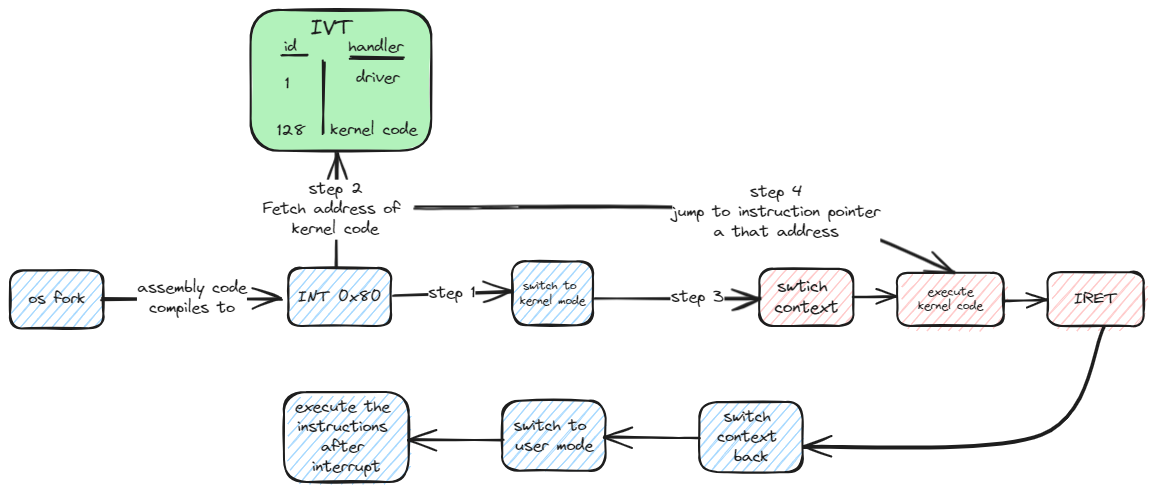
swaroopar/inprogress-engineer keeps this Excalidraw diagram as static/img/software-interrupt-handler.excalidraw.png. Above is the earlier version. Source tidied: one line per element, renumbered; positions are measured from the earlier drawing's top-left corner, leaving out a move shared by most shapes.
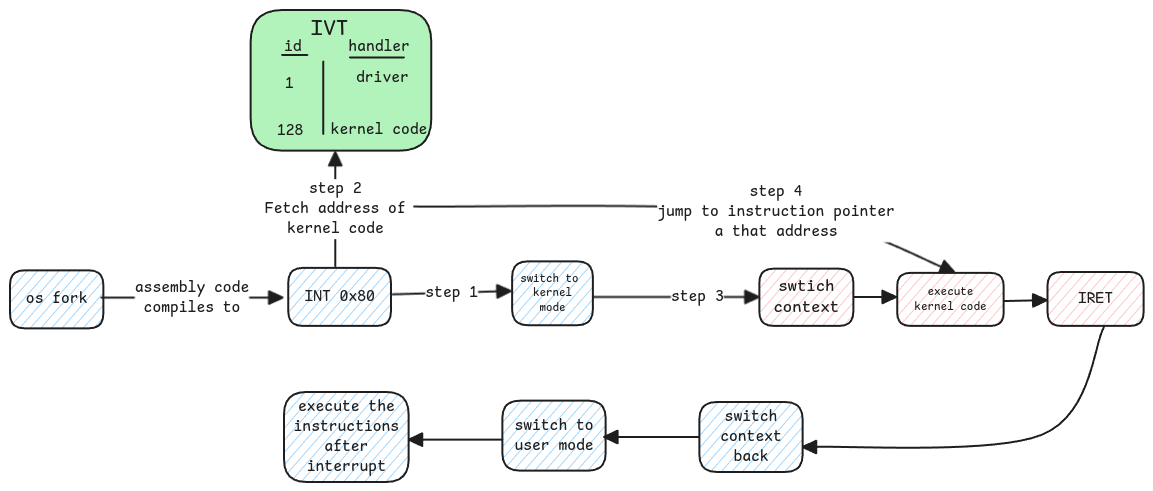
After the commit.

Change to the diagram source:
```diff
@@ -1,44 +1,44 @@
-{"id": 0, "type": "rectangle", "strokeColor": "#1e1e1e", "backgroundColor": "#b2f2bb", "fillStyle": "solid", "strokeWidth": 2, "roughness": 1, "round": true, "x": 241, "y": 0, "width": 181, "height": 141}
+{"id": 0, "type": "rectangle", "strokeColor": "#1e1e1e", "backgroundColor": "#b2f2bb", "fillStyle": "solid", "strokeWidth": 2, "roughness": 0, "round": true, "x": 241, "y": 0, "width": 181, "height": 141}
-{"id": 1, "type": "text", "text": "IVT\n", "strokeColor": "#1e1e1e", "strokeWidth": 2, "roughness": 1, "fontSize": 22.86, "fontFamily": 1, "x": 301, "y": 5, "width": 43, "height": 57}
+{"id": 1, "type": "text", "text": "IVT\n", "strokeColor": "#1e1e1e", "strokeWidth": 2, "roughness": 0, "fontSize": 22.86, "fontFamily": 8, "x": 301, "y": 5, "width": 38, "height": 57}
-{"id": 2, "type": "line", "strokeColor": "#1e1e1e", "strokeWidth": 2, "roughness": 1, "round": true, "x": 313, "y": 51, "width": 0, "height": 73, "points": [[0, 0], [0, 73]]}
+{"id": 2, "type": "line", "strokeColor": "#1e1e1e", "strokeWidth": 2, "roughness": 0, "endArrowhead": "triangle", "round": true, "x": 313, "y": 51, "width": 0, "height": 73, "points": [[0, 0], [0, 73]]}
-{"id": 3, "type": "text", "text": "id", "strokeColor": "#1e1e1e", "strokeWidth": 2, "roughness": 1, "fontSize": 16, "fontFamily": 1, "x": 274, "y": 27, "width": 13, "height": 20}
+{"id": 3, "type": "text", "text": "id", "strokeColor": "#1e1e1e", "strokeWidth": 2, "roughness": 0, "fontSize": 16, "fontFamily": 8, "x": 274, "y": 27, "width": 18, "height": 20}
-{"id": 4, "type": "text", "text": "handler", "strokeColor": "#1e1e1e", "strokeWidth": 2, "roughness": 1, "fontSize": 16, "fontFamily": 1, "x": 338, "y": 27, "width": 55, "height": 20}
+{"id": 4, "type": "text", "text": "handler", "strokeColor": "#1e1e1e", "strokeWidth": 2, "roughness": 0, "fontSize": 16, "fontFamily": 8, "x": 338, "y": 27, "width": 62, "height": 20}
-{"id": 5, "type": "text", "text": "128", "strokeColor": "#1e1e1e", "strokeWidth": 2, "roughness": 1, "fontSize": 16, "fontFamily": 1, "x": 267, "y": 111, "width": 28, "height": 20}
+{"id": 5, "type": "text", "text": "128", "strokeColor": "#1e1e1e", "strokeWidth": 2, "roughness": 0, "fontSize": 16, "fontFamily": 8, "x": 267, "y": 111, "width": 26, "height": 20}
-{"id": 6, "type": "text", "text": "kernel code", "strokeColor": "#1e1e1e", "strokeWidth": 2, "roughness": 1, "fontSize": 16, "fontFamily": 1, "x": 321, "y": 110, "width": 87, "height": 20}
+{"id": 6, "type": "text", "text": "kernel code", "strokeColor": "#1e1e1e", "strokeWidth": 2, "roughness": 0, "fontSize": 16, "fontFamily": 8, "x": 321, "y": 110, "width": 97, "height": 20}
-{"id": 7, "type": "rectangle", "strokeColor": "#1e1e1e", "backgroundColor": "#a5d8ff", "fillStyle": "hachure", "strokeWidth": 2, "roughness": 1, "round": true, "x": 0, "y": 260, "width": 93, "height": 58}
+{"id": 7, "type": "rectangle", "strokeColor": "#1e1e1e", "backgroundColor": "#a5d8ff", "fillStyle": "hachure", "strokeWidth": 2, "roughness": 0, "round": true, "x": 0, "y": 260, "width": 93, "height": 58}
-{"id": 8, "type": "text", "text": "os fork", "strokeColor": "#1e1e1e", "strokeWidth": 2, "roughness": 1, "fontSize": 16, "fontFamily": 1, "textAlign": "center", "verticalAlign": "middle", "inside": 7, "x": 18, "y": 279, "width": 57, "height": 20}
+{"id": 8, "type": "text", "text": "os fork", "strokeColor": "#1e1e1e", "strokeWidth": 2, "roughness": 1, "fontSize": 16, "fontFamily": 8, "textAlign": "center", "verticalAlign": "middle", "inside": 7, "x": 16, "y": 279, "width": 62, "height": 20}
-{"id": 9, "type": "arrow", "strokeColor": "#1e1e1e", "strokeWidth": 2, "roughness": 1, "endArrowhead": "arrow", "round": true, "to": 11, "x": 91, "y": 288, "width": 181, "height": 0, "points": [[0, 0], [181, 0]]}
+{"id": 9, "type": "arrow", "strokeColor": "#1e1e1e", "strokeWidth": 2, "roughness": 0, "endArrowhead": "triangle", "round": true, "to": 11, "x": 91, "y": 288, "width": 181, "height": 0, "points": [[0, 0], [181, 0]]}
-{"id": 10, "type": "text", "text": "assembly code\ncompiles to", "strokeColor": "#1e1e1e", "strokeWidth": 2, "roughness": 1, "fontSize": 16, "fontFamily": 1, "textAlign": "center", "verticalAlign": "middle", "inside": 9, "x": 127, "y": 268, "width": 110, "height": 40}
+{"id": 10, "type": "text", "text": "assembly code\ncompiles to", "strokeColor": "#1e1e1e", "strokeWidth": 2, "roughness": 1, "fontSize": 16, "fontFamily": 8, "textAlign": "center", "verticalAlign": "middle", "inside": 9, "x": 125, "y": 268, "width": 114, "height": 40}
-{"id": 11, "type": "rectangle", "strokeColor": "#1e1e1e", "backgroundColor": "#a5d8ff", "fillStyle": "hachure", "strokeWidth": 2, "roughness": 1, "round": true, "x": 278, "y": 258, "width": 103, "height": 58}
+{"id": 11, "type": "rectangle", "strokeColor": "#1e1e1e", "backgroundColor": "#a5d8ff", "fillStyle": "hachure", "strokeWidth": 2, "roughness": 0, "round": true, "x": 278, "y": 258, "width": 103, "height": 58}
-{"id": 12, "type": "text", "text": "INT 0x80", "strokeColor": "#1e1e1e", "strokeWidth": 2, "roughness": 1, "fontSize": 16, "fontFamily": 1, "textAlign": "center", "verticalAlign": "middle", "inside": 11, "x": 288, "y": 277, "width": 83, "height": 20}
+{"id": 12, "type": "text", "text": "INT 0x80", "strokeColor": "#1e1e1e", "strokeWidth": 2, "roughness": 1, "fontSize": 16, "fontFamily": 8, "textAlign": "center", "verticalAlign": "middle", "inside": 11, "x": 294, "y": 277, "width": 70, "height": 20}
-{"id": 13, "type": "arrow", "strokeColor": "#1e1e1e", "strokeWidth": 2, "roughness": 1, "endArrowhead": "arrow", "round": true, "to": 0, "x": 325, "y": 256, "width": 0, "height": 114, "points": [[0, 0], [0, -114]]}
+{"id": 13, "type": "arrow", "strokeColor": "#1e1e1e", "strokeWidth": 2, "roughness": 0, "endArrowhead": "triangle", "round": true, "to": 0, "x": 325, "y": 256, "width": 0, "height": 114, "points": [[0, 0], [0, -114]]}
-{"id": 14, "type": "text", "text": "step 2\nFetch address of \nkernel code", "strokeColor": "#1e1e1e", "strokeWidth": 2, "roughness": 1, "fontSize": 16, "fontFamily": 1, "textAlign": "center", "verticalAlign": "middle", "inside": 13, "x": 253, "y": 169, "width": 145, "height": 60}
+{"id": 14, "type": "text", "text": "step 2\nFetch address of\nkernel code", "strokeColor": "#1e1e1e", "strokeWidth": 2, "roughness": 1, "fontSize": 16, "fontFamily": 8, "textAlign": "center", "verticalAlign": "middle", "inside": 13, "x": 255, "y": 169, "width": 141, "height": 60}
-{"id": 15, "type": "rectangle", "strokeColor": "#1e1e1e", "backgroundColor": "#ffc9c9", "fillStyle": "hachure", "strokeWidth": 2, "roughness": 1, "round": true, "x": 887, "y": 263, "width": 106, "height": 53}
+{"id": 15, "type": "rectangle", "strokeColor": "#1e1e1e", "backgroundColor": "#ffc9c9", "fillStyle": "hachure", "strokeWidth": 2, "roughness": 0, "round": true, "x": 887, "y": 263, "width": 106, "height": 53}
-{"id": 16, "type": "text", "text": "execute\nkernel code", "strokeColor": "#1e1e1e", "strokeWidth": 2, "roughness": 1, "fontSize": 11.95, "fontFamily": 1, "textAlign": "center", "verticalAlign": "middle", "inside": 15, "x": 908, "y": 274, "width": 65, "height": 30}
+{"id": 16, "type": "text", "text": "execute\nkernel code", "strokeColor": "#1e1e1e", "strokeWidth": 2, "roughness": 1, "fontSize": 11.95, "fontFamily": 8, "textAlign": "center", "verticalAlign": "middle", "inside": 15, "x": 904, "y": 274, "width": 72, "height": 30}
-{"id": 17, "type": "arrow", "strokeColor": "#1e1e1e", "strokeWidth": 2, "roughness": 1, "endArrowhead": "arrow", "round": true, "to": 15, "x": 404, "y": 196, "width": 540, "height": 65, "points": [[0, 0], [362, 6], [540, 65]]}
+{"id": 17, "type": "arrow", "strokeColor": "#1e1e1e", "strokeWidth": 2, "roughness": 0, "endArrowhead": "triangle", "round": true, "to": 15, "x": 404, "y": 196, "width": 540, "height": 65, "points": [[0, 0], [362, 6], [540, 65]]}
-{"id": 18, "type": "text", "text": "step 4\njump to instruction pointer\na that address", "strokeColor": "#1e1e1e", "strokeWidth": 2, "roughness": 1, "fontSize": 16, "fontFamily": 1, "textAlign": "center", "verticalAlign": "middle", "inside": 17, "x": 458, "y": 156, "width": 208, "height": 60}
+{"id": 18, "type": "text", "text": "step 4\njump to instruction pointer\na that address", "strokeColor": "#1e1e1e", "strokeWidth": 2, "roughness": 1, "fontSize": 16, "fontFamily": 8, "textAlign": "center", "verticalAlign": "middle", "inside": 17, "x": 647, "y": 172, "width": 238, "height": 60}
-{"id": 19, "type": "text", "text": "1", "strokeColor": "#1e1e1e", "strokeWidth": 2, "roughness": 1, "fontSize": 16, "fontFamily": 1, "x": 275, "y": 64, "width": 4, "height": 20}
+{"id": 19, "type": "text", "text": "1", "strokeColor": "#1e1e1e", "strokeWidth": 2, "roughness": 0, "fontSize": 16, "fontFamily": 8, "x": 275, "y": 64, "width": 9, "height": 20}
-{"id": 20, "type": "text", "text": "driver", "strokeColor": "#1e1e1e", "strokeWidth": 2, "roughness": 1, "fontSize": 16, "fontFamily": 1, "x": 346, "y": 58, "width": 43, "height": 20}
+{"id": 20, "type": "text", "text": "driver", "strokeColor": "#1e1e1e", "strokeWidth": 2, "roughness": 0, "fontSize": 16, "fontFamily": 8, "x": 346, "y": 58, "width": 53, "height": 20}
-{"id": 21, "type": "line", "strokeColor": "#1e1e1e", "strokeWidth": 2, "roughness": 1, "round": true, "x": 272, "y": 45, "width": 25, "height": 0, "points": [[0, 0], [25, 0]]}
+{"id": 21, "type": "line", "strokeColor": "#1e1e1e", "strokeWidth": 2, "roughness": 0, "endArrowhead": "triangle", "round": true, "x": 272, "y": 45, "width": 25, "height": 0, "points": [[0, 0], [25, 0]]}
-{"id": 22, "type": "line", "strokeColor": "#1e1e1e", "strokeWidth": 2, "roughness": 1, "round": true, "x": 340, "y": 47, "width": 54, "height": 0, "points": [[0, 0], [54, 0]]}
+{"id": 22, "type": "line", "strokeColor": "#1e1e1e", "strokeWidth": 2, "roughness": 0, "endArrowhead": "triangle", "round": true, "x": 340, "y": 47, "width": 54, "height": 0, "points": [[0, 0], [54, 0]]}
-{"id": 23, "type": "rectangle", "strokeColor": "#1e1e1e", "backgroundColor": "#a5d8ff", "fillStyle": "hachure", "strokeWidth": 2, "roughness": 1, "round": true, "x": 502, "y": 251, "width": 81, "height": 64}
+{"id": 23, "type": "rectangle", "strokeColor": "#1e1e1e", "backgroundColor": "#a5d8ff", "fillStyle": "hachure", "strokeWidth": 2, "roughness": 0, "round": true, "x": 502, "y": 251, "width": 81, "height": 64}
-{"id": 24, "type": "text", "text": "switch to \nkernel mode", "strokeColor": "#1e1e1e", "strokeWidth": 2, "roughness": 1, "fontSize": 11.77, "fontFamily": 1, "textAlign": "center", "verticalAlign": "middle", "inside": 23, "x": 510, "y": 269, "width": 65, "height": 29}
+{"id": 24, "type": "text", "text": "switch to \nkernel\nmode", "strokeColor": "#1e1e1e", "strokeWidth": 2, "roughness": 1, "fontSize": 11.77, "fontFamily": 8, "textAlign": "center", "verticalAlign": "middle", "inside": 23, "x": 510, "y": 261, "width": 65, "height": 44}
-{"id": 25, "type": "arrow", "strokeColor": "#1e1e1e", "strokeWidth": 2, "roughness": 1, "endArrowhead": "arrow", "round": true, "from": 11, "to": 23, "x": 383, "y": 284, "width": 118, "height": 3, "points": [[0, 0], [118, -3]]}
+{"id": 25, "type": "arrow", "strokeColor": "#1e1e1e", "strokeWidth": 2, "roughness": 0, "endArrowhead": "triangle", "round": true, "from": 11, "to": 23, "x": 383, "y": 284, "width": 118, "height": 3, "points": [[0, 0], [118, -3]]}
-{"id": 26, "type": "text", "text": "step 1", "strokeColor": "#1e1e1e", "strokeWidth": 2, "roughness": 1, "fontSize": 16, "fontFamily": 1, "textAlign": "center", "verticalAlign": "middle", "inside": 25, "x": 412, "y": 276, "width": 47, "height": 20}
+{"id": 26, "type": "text", "text": "step 1", "strokeColor": "#1e1e1e", "strokeWidth": 2, "roughness": 1, "fontSize": 16, "fontFamily": 8, "textAlign": "center", "verticalAlign": "middle", "inside": 25, "x": 415, "y": 273, "width": 53, "height": 20}
-{"id": 27, "type": "arrow", "strokeColor": "#1e1e1e", "strokeWidth": 2, "roughness": 1, "endArrowhead": "arrow", "round": true, "from": 15, "to": 28, "x": 995, "y": 291, "width": 42, "height": 1, "points": [[0, 0], [42, -1]]}
+{"id": 27, "type": "arrow", "strokeColor": "#1e1e1e", "strokeWidth": 2, "roughness": 0, "endArrowhead": "triangle", "round": true, "from": 15, "to": 28, "x": 995, "y": 291, "width": 42, "height": 1, "points": [[0, 0], [42, -1]]}
-{"id": 28, "type": "rectangle", "strokeColor": "#1e1e1e", "backgroundColor": "#ffc9c9", "fillStyle": "hachure", "strokeWidth": 2, "roughness": 1, "round": true, "x": 1038, "y": 262, "width": 96, "height": 54}
+{"id": 28, "type": "rectangle", "strokeColor": "#1e1e1e", "backgroundColor": "#ffc9c9", "fillStyle": "hachure", "strokeWidth": 2, "roughness": 0, "round": true, "x": 1038, "y": 262, "width": 96, "height": 54}
-{"id": 29, "type": "text", "text": "IRET", "strokeColor": "#1e1e1e", "strokeWidth": 2, "roughness": 1, "fontSize": 16, "fontFamily": 1, "textAlign": "center", "verticalAlign": "middle", "inside": 28, "x": 1064, "y": 279, "width": 43, "height": 20}
+{"id": 29, "type": "text", "text": "IRET", "strokeColor": "#1e1e1e", "strokeWidth": 2, "roughness": 1, "fontSize": 16, "fontFamily": 8, "textAlign": "center", "verticalAlign": "middle", "inside": 28, "x": 1068, "y": 279, "width": 35, "height": 20}
-{"id": 30, "type": "rectangle", "strokeColor": "#1e1e1e", "backgroundColor": "#ffc9c9", "fillStyle": "hachure", "strokeWidth": 2, "roughness": 1, "round": true, "x": 749, "y": 259, "width": 94, "height": 57}
+{"id": 30, "type": "rectangle", "strokeColor": "#1e1e1e", "backgroundColor": "#ffc9c9", "fillStyle": "hachure", "strokeWidth": 2, "roughness": 0, "round": true, "x": 749, "y": 259, "width": 94, "height": 57}
-{"id": 31, "type": "text", "text": "swtich \ncontext", "strokeColor": "#1e1e1e", "strokeWidth": 2, "roughness": 1, "fontSize": 17.09, "fontFamily": 1, "textAlign": "center", "verticalAlign": "middle", "inside": 30, "x": 764, "y": 266, "width": 64, "height": 43}
+{"id": 31, "type": "text", "text": "swtich\ncontext", "strokeColor": "#1e1e1e", "strokeWidth": 2, "roughness": 1, "fontSize": 17.09, "fontFamily": 8, "textAlign": "center", "verticalAlign": "middle", "inside": 30, "x": 763, "y": 266, "width": 66, "height": 43}
-{"id": 32, "type": "arrow", "strokeColor": "#1e1e1e", "strokeWidth": 2, "roughness": 1, "endArrowhead": "arrow", "round": true, "x": 583, "y": 287, "width": 165, "height": 0, "points": [[0, 0], [104, 0], [165, 0]]}
+{"id": 32, "type": "arrow", "strokeColor": "#1e1e1e", "strokeWidth": 2, "roughness": 0, "endArrowhead": "triangle", "round": true, "x": 583, "y": 287, "width": 165, "height": 0, "points": [[0, 0], [104, 0], [165, 0]]}
-{"id": 33, "type": "text", "text": "step 3", "strokeColor": "#1e1e1e", "backgroundColor": "#ffc9c9", "fillStyle": "hachure", "strokeWidth": 2, "roughness": 1, "fontSize": 16, "fontFamily": 1, "textAlign": "center", "verticalAlign": "middle", "inside": 32, "x": 661, "y": 277, "width": 53, "height": 20}
+{"id": 33, "type": "text", "text": "step 3", "strokeColor": "#1e1e1e", "backgroundColor": "#ffc9c9", "fillStyle": "hachure", "strokeWidth": 2, "roughness": 1, "fontSize": 16, "fontFamily": 8, "textAlign": "center", "verticalAlign": "middle", "inside": 32, "x": 661, "y": 277, "width": 53, "height": 20}
-{"id": 34, "type": "rectangle", "strokeColor": "#1e1e1e", "backgroundColor": "#a5d8ff", "fillStyle": "hachure", "strokeWidth": 2, "roughness": 1, "round": true, "x": 689, "y": 392, "width": 103, "height": 70}
+{"id": 34, "type": "rectangle", "strokeColor": "#1e1e1e", "backgroundColor": "#a5d8ff", "fillStyle": "hachure", "strokeWidth": 2, "roughness": 0, "round": true, "x": 689, "y": 392, "width": 103, "height": 70}
-{"id": 35, "type": "text", "text": "switch \ncontext \nback", "strokeColor": "#1e1e1e", "strokeWidth": 2, "roughness": 1, "fontSize": 16, "fontFamily": 1, "textAlign": "center", "verticalAlign": "middle", "inside": 34, "x": 707, "y": 397, "width": 68, "height": 60}
+{"id": 35, "type": "text", "text": "switch\ncontext\nback", "strokeColor": "#1e1e1e", "strokeWidth": 2, "roughness": 1, "fontSize": 16, "fontFamily": 8, "textAlign": "center", "verticalAlign": "middle", "inside": 34, "x": 710, "y": 397, "width": 62, "height": 60}
-{"id": 36, "type": "rectangle", "strokeColor": "#1e1e1e", "backgroundColor": "#a5d8ff", "fillStyle": "hachure", "strokeWidth": 2, "roughness": 1, "round": true, "x": 492, "y": 391, "width": 103, "height": 70}
+{"id": 36, "type": "rectangle", "strokeColor": "#1e1e1e", "backgroundColor": "#a5d8ff", "fillStyle": "hachure", "strokeWidth": 2, "roughness": 0, "round": true, "x": 492, "y": 391, "width": 103, "height": 70}
-{"id": 37, "type": "text", "text": "switch to \nuser mode", "strokeColor": "#1e1e1e", "strokeWidth": 2, "roughness": 1, "fontSize": 16, "fontFamily": 1, "textAlign": "center", "verticalAlign": "middle", "inside": 36, "x": 504, "y": 406, "width": 81, "height": 40}
+{"id": 37, "type": "text", "text": "switch to\nuser mode", "strokeColor": "#1e1e1e", "strokeWidth": 2, "roughness": 1, "fontSize": 16, "fontFamily": 8, "textAlign": "center", "verticalAlign": "middle", "inside": 36, "x": 504, "y": 406, "width": 79, "height": 40}
-{"id": 38, "type": "rectangle", "strokeColor": "#1e1e1e", "backgroundColor": "#a5d8ff", "fillStyle": "hachure", "strokeWidth": 2, "roughness": 1, "round": true, "x": 274, "y": 382, "width": 125, "height": 90}
+{"id": 38, "type": "rectangle", "strokeColor": "#1e1e1e", "backgroundColor": "#a5d8ff", "fillStyle": "hachure", "strokeWidth": 2, "roughness": 0, "round": true, "x": 274, "y": 382, "width": 125, "height": 90}
-{"id": 39, "type": "text", "text": "execute the \ninstructions \nafter \ninterrupt", "strokeColor": "#1e1e1e", "strokeWidth": 2, "roughness": 1, "fontSize": 16, "fontFamily": 1, "textAlign": "center", "verticalAlign": "middle", "inside": 38, "x": 285, "y": 387, "width": 103, "height": 80}
+{"id": 39, "type": "text", "text": "execute the\ninstructions\nafter\ninterrupt", "strokeColor": "#1e1e1e", "strokeWidth": 2, "roughness": 1, "fontSize": 16, "fontFamily": 8, "textAlign": "center", "verticalAlign": "middle", "inside": 38, "x": 284, "y": 387, "width": 106, "height": 80}
-{"id": 40, "type": "arrow", "strokeColor": "#1e1e1e", "strokeWidth": 2, "roughness": 1, "endArrowhead": "arrow", "round": true, "x": 843, "y": 287, "width": 43, "height": 0, "points": [[0, 0], [43, 0]]}
+{"id": 40, "type": "arrow", "strokeColor": "#1e1e1e", "strokeWidth": 2, "roughness": 0, "endArrowhead": "triangle", "round": true, "x": 843, "y": 287, "width": 43, "height": 0, "points": [[0, 0], [43, 0]]}
-{"id": 41, "type": "arrow", "strokeColor": "#1e1e1e", "strokeWidth": 2, "roughness": 1, "endArrowhead": "arrow", "round": true, "from": 28, "to": 34, "x": 1094, "y": 317, "width": 301, "height": 120, "points": [[0, 0], [-63, 108], [-301, 120]]}
+{"id": 41, "type": "arrow", "strokeColor": "#1e1e1e", "strokeWidth": 2, "roughness": 0, "endArrowhead": "triangle", "round": true, "from": 28, "to": 34, "x": 1094, "y": 317, "width": 301, "height": 120, "points": [[0, 0], [-63, 108], [-301, 120]]}
-{"id": 42, "type": "arrow", "strokeColor": "#1e1e1e", "strokeWidth": 2, "roughness": 1, "endArrowhead": "arrow", "round": true, "x": 689, "y": 427, "width": 95, "height": 0, "points": [[0, 0], [-95, 0]]}
+{"id": 42, "type": "arrow", "strokeColor": "#1e1e1e", "strokeWidth": 2, "roughness": 0, "endArrowhead": "triangle", "round": true, "x": 689, "y": 427, "width": 95, "height": 0, "points": [[0, 0], [-95, 0]]}
-{"id": 43, "type": "arrow", "strokeColor": "#1e1e1e", "strokeWidth": 2, "roughness": 1, "endArrowhead": "arrow", "round": true, "x": 493, "y": 430, "width": 94, "height": 0, "points": [[0, 0], [-94, 0]]}
+{"id": 43, "type": "arrow", "strokeColor": "#1e1e1e", "strokeWidth": 2, "roughness": 0, "endArrowhead": "triangle", "round": true, "x": 493, "y": 430, "width": 94, "height": 0, "points": [[0, 0], [-94, 0]]}
```
